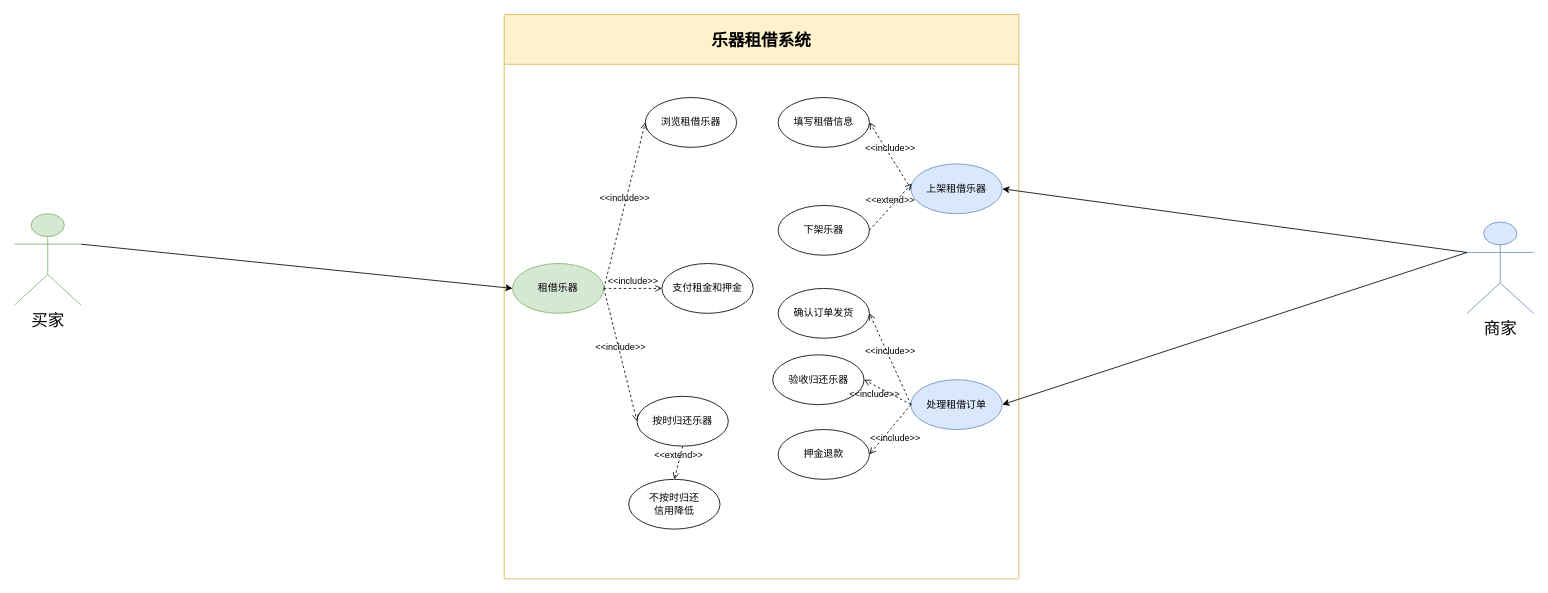
The draw.io diagram 文档/需求分析规约文档/用例图/租借系统.drawio in w1ntercube/TJ-SE-Design, before the edit. Source tidied: cells renumbered, new cells numbered last; positions are measured from the earlier drawing's top-left corner, leaving out a move shared by most shapes. Both pictures are drawn from the tidied source at 83%, with x=0, y=0 at pixel (14, 14).
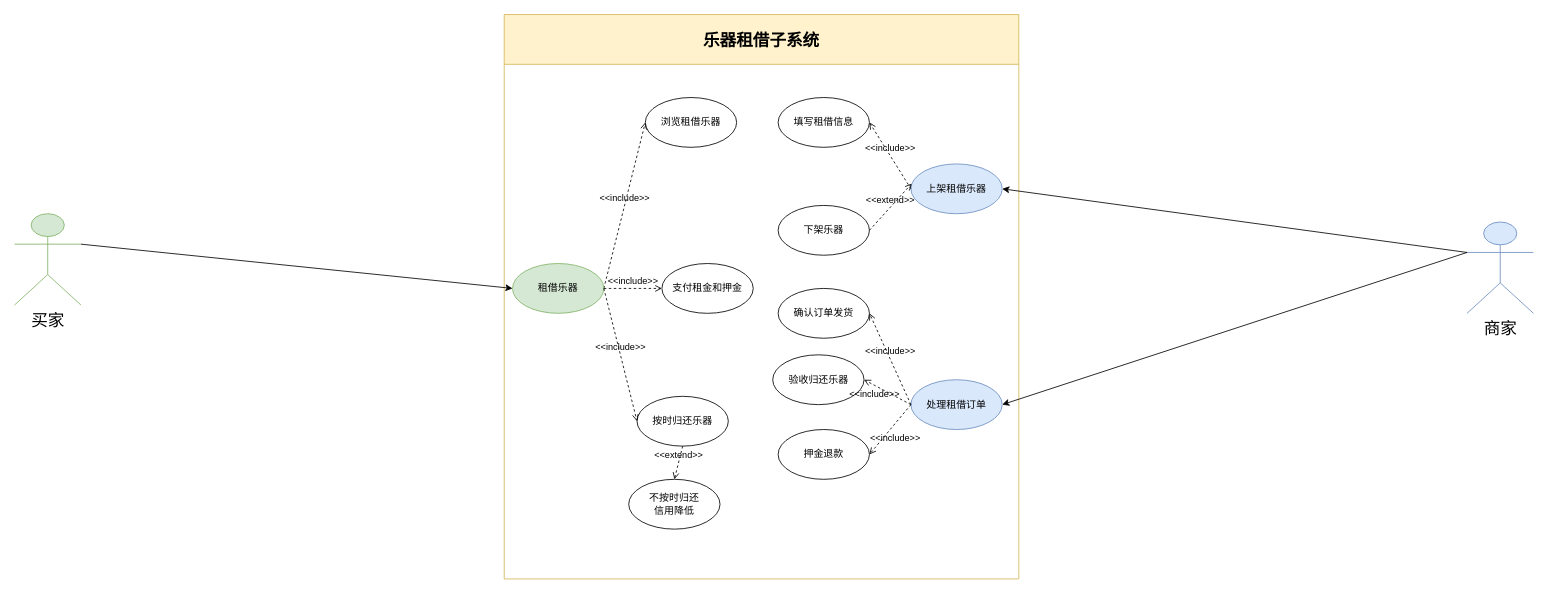
Above is the later version.

What changed in the source:
```diff
@@
-    <mxCell id="3" value="&lt;span style=&quot;font-size: 20px;&quot;&gt;乐器租借系统&lt;/span&gt;" style="swimlane;whiteSpace=wrap;html=1;fillColor=#fff2cc;strokeColor=#d6b656;startSize=60;" parent="1" vertex="1">
+    <mxCell id="3" value="&lt;span style=&quot;font-size: 20px;&quot;&gt;乐器租借子系统&lt;/span&gt;" style="swimlane;whiteSpace=wrap;html=1;fillColor=#fff2cc;strokeColor=#d6b656;startSize=60;" parent="1" vertex="1">
       <mxGeometry x="590" width="620" height="680" as="geometry" />
     </mxCell>
```
